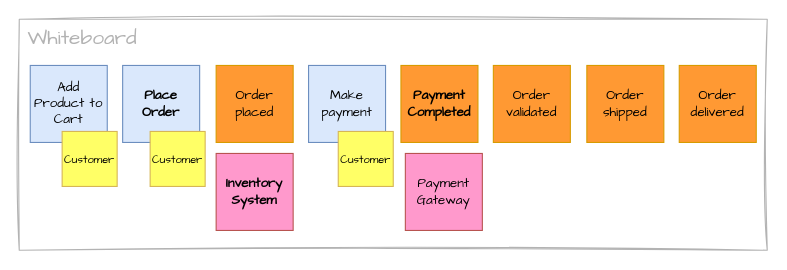
Above: page "01-BP04" (4 of 12) of content/en/knowledgebase/ddd-eventstorming/eventstorming.drawio in mauvaisetroupe/architech (draw.io), before the change. Source tidied: cells renumbered, new cells numbered last; positions are measured from the earlier drawing's top-left corner, leaving out a move shared by most shapes. Both pictures are drawn from the tidied source at 110%, with x=0, y=0 at pixel (19, 19).
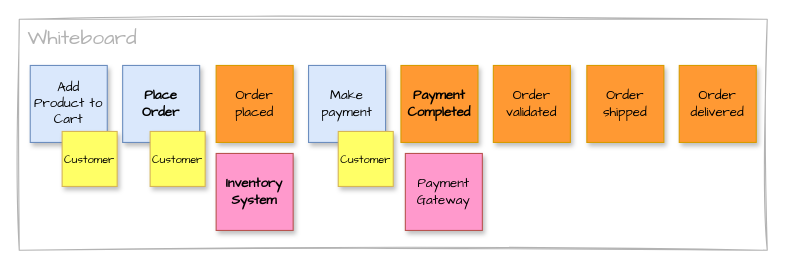
The same page after the edit.

What changed in the source:
```diff
@@
 <mxGraphModel>
   <root>
     <mxCell id="0" />
     <mxCell id="1" parent="0" />
     <mxCell id="2" style="rounded=0;whiteSpace=wrap;html=1;sketch=1;hachureGap=4;jiggle=2;curveFitting=1;fontFamily=Architects Daughter;strokeColor=#B3B3B3;" parent="1" vertex="1">
       <mxGeometry width="680" height="210" as="geometry" />
     </mxCell>
-    <mxCell id="3" value="Order placed" style="whiteSpace=wrap;html=1;hachureGap=4;fontFamily=Architects Daughter;fillColor=#FF9933;strokeColor=#d79b00;spacingTop=2;spacingLeft=2;spacingBottom=2;spacingRight=2;align=center;verticalAlign=middle;fontSize=12;fontColor=default;" parent="1" vertex="1">
+    <mxCell id="3" value="Order placed" style="whiteSpace=wrap;html=1;hachureGap=4;fontFamily=Architects Daughter;fillColor=#FF9933;strokeColor=#d79b00;spacingTop=2;spacingLeft=2;spacingBottom=2;spacingRight=2;align=center;verticalAlign=middle;fontSize=12;fontColor=default;shadow=1;" parent="1" vertex="1">
       <mxGeometry x="179" y="42" width="70" height="70" as="geometry" />
     </mxCell>
-    <mxCell id="4" value="Order validated" style="whiteSpace=wrap;html=1;hachureGap=4;fontFamily=Architects Daughter;fillColor=#FF9933;strokeColor=#d79b00;spacingTop=2;spacingLeft=2;spacingBottom=2;spacingRight=2;align=center;verticalAlign=middle;fontSize=12;fontColor=default;" parent="1" vertex="1">
+    <mxCell id="4" value="Order validated" style="whiteSpace=wrap;html=1;hachureGap=4;fontFamily=Architects Daughter;fillColor=#FF9933;strokeColor=#d79b00;spacingTop=2;spacingLeft=2;spacingBottom=2;spacingRight=2;align=center;verticalAlign=middle;fontSize=12;fontColor=default;shadow=1;" parent="1" vertex="1">
       <mxGeometry x="431" y="42" width="70" height="70" as="geometry" />
     </mxCell>
-    <mxCell id="5" value="Order shipped" style="whiteSpace=wrap;html=1;hachureGap=4;fontFamily=Architects Daughter;fillColor=#FF9933;strokeColor=#d79b00;spacingTop=2;spacingLeft=2;spacingBottom=2;spacingRight=2;align=center;verticalAlign=middle;fontSize=12;fontColor=default;" parent="1" vertex="1">
+    <mxCell id="5" value="Order shipped" style="whiteSpace=wrap;html=1;hachureGap=4;fontFamily=Architects Daughter;fillColor=#FF9933;strokeColor=#d79b00;spacingTop=2;spacingLeft=2;spacingBottom=2;spacingRight=2;align=center;verticalAlign=middle;fontSize=12;fontColor=default;shadow=1;" parent="1" vertex="1">
       <mxGeometry x="516" y="42" width="70" height="70" as="geometry" />
     </mxCell>
-    <mxCell id="6" value="Order delivered" style="whiteSpace=wrap;html=1;hachureGap=4;fontFamily=Architects Daughter;fillColor=#FF9933;strokeColor=#d79b00;spacingTop=2;spacingLeft=2;spacingBottom=2;spacingRight=2;align=center;verticalAlign=middle;fontSize=12;fontColor=default;" parent="1" vertex="1">
+    <mxCell id="6" value="Order delivered" style="whiteSpace=wrap;html=1;hachureGap=4;fontFamily=Architects Daughter;fillColor=#FF9933;strokeColor=#d79b00;spacingTop=2;spacingLeft=2;spacingBottom=2;spacingRight=2;align=center;verticalAlign=middle;fontSize=12;fontColor=default;shadow=1;" parent="1" vertex="1">
       <mxGeometry x="600" y="42" width="70" height="70" as="geometry" />
     </mxCell>
-    <mxCell id="7" value="Add Product to Cart" style="whiteSpace=wrap;html=1;hachureGap=4;fontFamily=Architects Daughter;fillColor=#dae8fc;strokeColor=#6c8ebf;spacingTop=2;spacingLeft=2;spacingBottom=2;spacingRight=2;align=center;verticalAlign=middle;fontSize=12;" parent="1" vertex="1">
+    <mxCell id="7" value="Add Product to Cart" style="whiteSpace=wrap;html=1;hachureGap=4;fontFamily=Architects Daughter;fillColor=#dae8fc;strokeColor=#6c8ebf;spacingTop=2;spacingLeft=2;spacingBottom=2;spacingRight=2;align=center;verticalAlign=middle;fontSize=12;shadow=1;" parent="1" vertex="1">
       <mxGeometry x="10" y="42" width="70" height="70" as="geometry" />
     </mxCell>
-    <mxCell id="8" value="&lt;strong&gt;Place Order&lt;/strong&gt;" style="whiteSpace=wrap;html=1;hachureGap=4;fontFamily=Architects Daughter;fillColor=#dae8fc;strokeColor=#6c8ebf;spacingTop=2;spacingLeft=2;spacingBottom=2;spacingRight=2;align=center;verticalAlign=middle;fontSize=12;" parent="1" vertex="1">
+    <mxCell id="8" value="&lt;strong&gt;Place Order&lt;/strong&gt;" style="whiteSpace=wrap;html=1;hachureGap=4;fontFamily=Architects Daughter;fillColor=#dae8fc;strokeColor=#6c8ebf;spacingTop=2;spacingLeft=2;spacingBottom=2;spacingRight=2;align=center;verticalAlign=middle;fontSize=12;shadow=1;" parent="1" vertex="1">
       <mxGeometry x="94" y="42" width="70" height="70" as="geometry" />
     </mxCell>
-    <mxCell id="9" value="Make payment" style="whiteSpace=wrap;html=1;hachureGap=4;fontFamily=Architects Daughter;fillColor=#dae8fc;strokeColor=#6c8ebf;spacingTop=2;spacingLeft=2;spacingBottom=2;spacingRight=2;align=center;verticalAlign=middle;fontSize=12;" parent="1" vertex="1">
+    <mxCell id="9" value="Make payment" style="whiteSpace=wrap;html=1;hachureGap=4;fontFamily=Architects Daughter;fillColor=#dae8fc;strokeColor=#6c8ebf;spacingTop=2;spacingLeft=2;spacingBottom=2;spacingRight=2;align=center;verticalAlign=middle;fontSize=12;shadow=1;" parent="1" vertex="1">
       <mxGeometry x="263" y="42" width="70" height="70" as="geometry" />
     </mxCell>
-    <mxCell id="10" value="&lt;strong&gt;Payment Completed&lt;/strong&gt;" style="whiteSpace=wrap;html=1;hachureGap=4;fontFamily=Architects Daughter;fillColor=#FF9933;strokeColor=#d79b00;spacingTop=2;spacingLeft=2;spacingBottom=2;spacingRight=2;" parent="1" vertex="1">
+    <mxCell id="10" value="&lt;strong&gt;Payment Completed&lt;/strong&gt;" style="whiteSpace=wrap;html=1;hachureGap=4;fontFamily=Architects Daughter;fillColor=#FF9933;strokeColor=#d79b00;spacingTop=2;spacingLeft=2;spacingBottom=2;spacingRight=2;shadow=1;" parent="1" vertex="1">
       <mxGeometry x="347" y="42" width="70" height="70" as="geometry" />
     </mxCell>
-    <mxCell id="11" value="Customer" style="whiteSpace=wrap;html=1;hachureGap=4;fontFamily=Architects Daughter;fillColor=#FFFF66;strokeColor=#d6b656;spacingTop=2;spacingLeft=2;spacingBottom=2;spacingRight=2;fontSize=10;" parent="1" vertex="1">
+    <mxCell id="11" value="Customer" style="whiteSpace=wrap;html=1;hachureGap=4;fontFamily=Architects Daughter;fillColor=#FFFF66;strokeColor=#d6b656;spacingTop=2;spacingLeft=2;spacingBottom=2;spacingRight=2;fontSize=10;shadow=1;" parent="1" vertex="1">
       <mxGeometry x="39" y="102" width="50" height="50" as="geometry" />
     </mxCell>
-    <mxCell id="12" value="Customer" style="whiteSpace=wrap;html=1;hachureGap=4;fontFamily=Architects Daughter;fillColor=#FFFF66;strokeColor=#d6b656;spacingTop=2;spacingLeft=2;spacingBottom=2;spacingRight=2;fontSize=10;" parent="1" vertex="1">
+    <mxCell id="12" value="Customer" style="whiteSpace=wrap;html=1;hachureGap=4;fontFamily=Architects Daughter;fillColor=#FFFF66;strokeColor=#d6b656;spacingTop=2;spacingLeft=2;spacingBottom=2;spacingRight=2;fontSize=10;shadow=1;" parent="1" vertex="1">
       <mxGeometry x="119" y="102" width="50" height="50" as="geometry" />
     </mxCell>
-    <mxCell id="13" value="Customer" style="whiteSpace=wrap;html=1;hachureGap=4;fontFamily=Architects Daughter;fillColor=#FFFF66;strokeColor=#d6b656;spacingTop=2;spacingLeft=2;spacingBottom=2;spacingRight=2;fontSize=10;" parent="1" vertex="1">
+    <mxCell id="13" value="Customer" style="whiteSpace=wrap;html=1;hachureGap=4;fontFamily=Architects Daughter;fillColor=#FFFF66;strokeColor=#d6b656;spacingTop=2;spacingLeft=2;spacingBottom=2;spacingRight=2;fontSize=10;shadow=1;" parent="1" vertex="1">
       <mxGeometry x="290" y="102" width="50" height="50" as="geometry" />
     </mxCell>
-    <mxCell id="14" value="Payment Gateway" style="whiteSpace=wrap;html=1;hachureGap=4;fontFamily=Architects Daughter;fillColor=#FF99CC;strokeColor=#b85450;spacingTop=2;spacingLeft=2;spacingBottom=2;spacingRight=2;" parent="1" vertex="1">
+    <mxCell id="14" value="Payment Gateway" style="whiteSpace=wrap;html=1;hachureGap=4;fontFamily=Architects Daughter;fillColor=#FF99CC;strokeColor=#b85450;spacingTop=2;spacingLeft=2;spacingBottom=2;spacingRight=2;shadow=1;" parent="1" vertex="1">
       <mxGeometry x="351" y="122" width="70" height="70" as="geometry" />
     </mxCell>
-    <mxCell id="15" value="&lt;strong&gt;Inventory System&lt;/strong&gt;" style="whiteSpace=wrap;html=1;hachureGap=4;fontFamily=Architects Daughter;fillColor=#FF99CC;strokeColor=#b85450;spacingTop=2;spacingLeft=2;spacingBottom=2;spacingRight=2;" parent="1" vertex="1">
+    <mxCell id="15" value="&lt;strong&gt;Inventory System&lt;/strong&gt;" style="whiteSpace=wrap;html=1;hachureGap=4;fontFamily=Architects Daughter;fillColor=#FF99CC;strokeColor=#b85450;spacingTop=2;spacingLeft=2;spacingBottom=2;spacingRight=2;shadow=1;" parent="1" vertex="1">
       <mxGeometry x="179" y="122" width="70" height="70" as="geometry" />
     </mxCell>
     <mxCell id="16" value="&lt;span style=&quot;font-family: &amp;quot;Architects Daughter&amp;quot;; font-size: 19px; font-style: normal; font-variant-ligatures: normal; font-variant-caps: normal; font-weight: 400; letter-spacing: normal; orphans: 2; text-align: center; text-indent: 0px; text-transform: none; widows: 2; word-spacing: 0px; -webkit-text-stroke-width: 0px; white-space: nowrap; background-color: rgb(255, 255, 255); text-decoration-thickness: initial; text-decoration-style: initial; text-decoration-color: initial; float: none; display: inline !important;&quot;&gt;Whiteboard&lt;/span&gt;" style="text;whiteSpace=wrap;html=1;fontFamily=Architects Daughter;fontColor=#B3B3B3;" parent="1" vertex="1">
       <mxGeometry x="6" width="88" height="27" as="geometry" />
     </mxCell>
   </root>
 </mxGraphModel>
```
